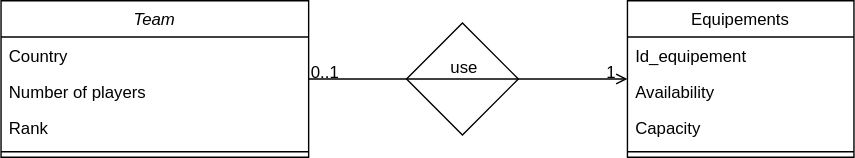
The draw.io diagram OWWC_structure.drawio.svg in adamadong/OWWC_en_Django, before a commit. Source tidied: cells renumbered, new cells last; positions are measured from the earlier drawing's top-left corner, leaving out a move shared by most shapes.
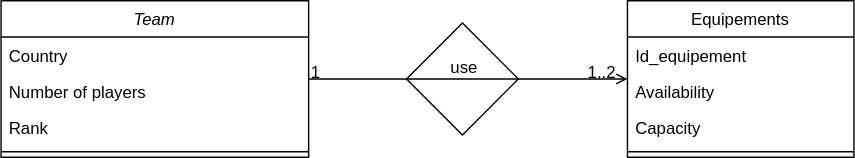
After the change.

The edit, as a diff of the source:
```diff
@@ -40,12 +40,12 @@
         <mxPoint x="-40" y="32" as="offset" />
       </mxGeometry>
     </mxCell>
-    <mxCell id="14" value="0..1" style="align=left;verticalAlign=bottom;labelBackgroundColor=none;fontSize=12;" parent="13" vertex="1">
+    <mxCell id="14" value="1" style="align=left;verticalAlign=bottom;labelBackgroundColor=none;fontSize=12;" parent="13" vertex="1">
       <mxGeometry x="-1" relative="1" as="geometry">
         <mxPoint y="4" as="offset" />
       </mxGeometry>
     </mxCell>
-    <mxCell id="15" value="1" style="align=right;verticalAlign=bottom;labelBackgroundColor=none;fontSize=12;" parent="13" vertex="1">
+    <mxCell id="15" value="1..2" style="align=right;verticalAlign=bottom;labelBackgroundColor=none;fontSize=12;" parent="13" vertex="1">
       <mxGeometry x="1" relative="1" as="geometry">
         <mxPoint x="-7" y="4" as="offset" />
       </mxGeometry>
```
